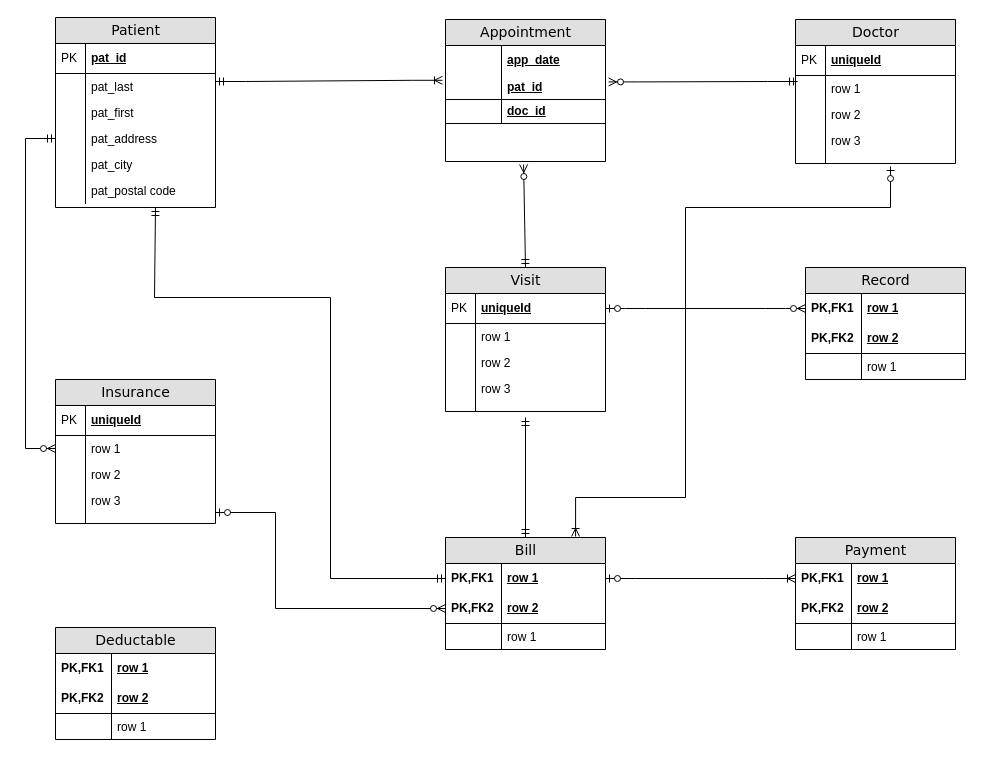
The draw.io diagram Untitled Diagram.drawio in mushyshah/Project-X, before the edit. Source tidied: cells renumbered, new cells numbered last; positions are measured from the earlier drawing's top-left corner, leaving out a move shared by most shapes. Both pictures are drawn from the tidied source at 100%, with x=0, y=0 at pixel (25, 17).
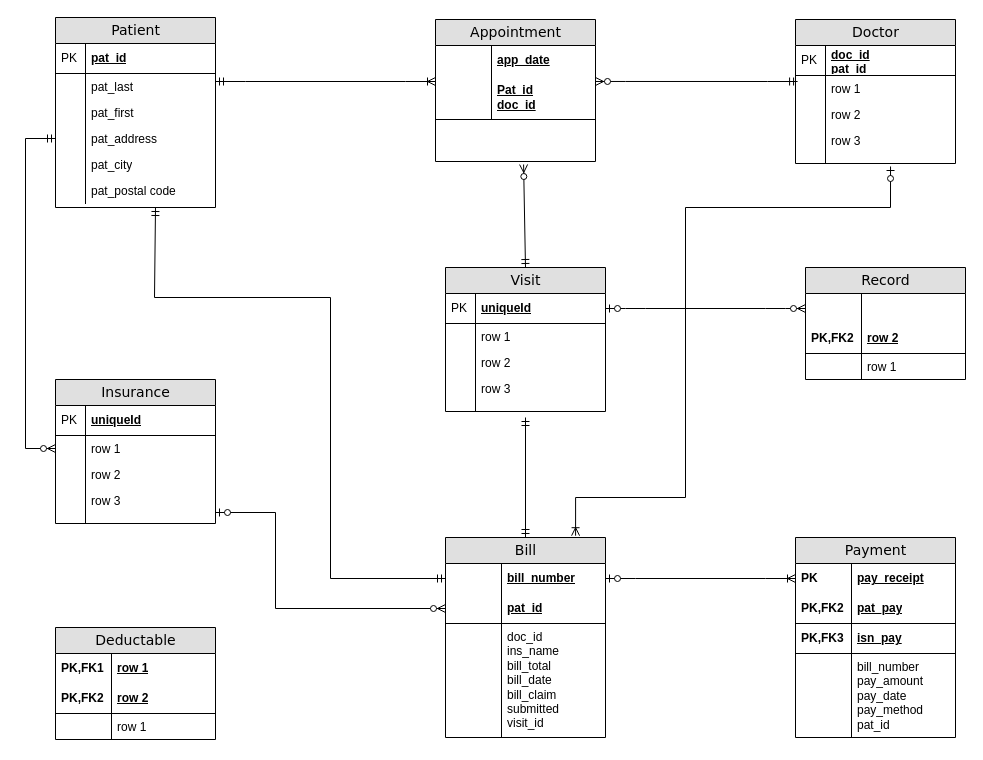
The same diagram, later.

The change refers to these unchanged cells:
```xml
<mxCell id="9" value="Doctor" style="swimlane;html=1;fontStyle=0;horizontal=1;startSize=26;fillColor=#e0e0e0;swimlaneFillColor=#ffffff;align=center;rounded=0;shadow=0;comic=0;labelBackgroundColor=none;strokeWidth=1;fontFamily=Verdana;fontSize=14;swimlaneLine=1;" parent="1" vertex="1">
  <mxGeometry x="770" y="2" width="160" height="144" as="geometry" />
</mxCell>
<mxCell id="12" value="row 1" style="shape=partialRectangle;top=0;left=0;right=0;bottom=0;html=1;align=left;verticalAlign=top;fillColor=none;spacingLeft=34;spacingRight=4;whiteSpace=wrap;overflow=hidden;points=[[0,0.5],[1,0.5]];portConstraint=eastwest;" parent="9" vertex="1">
  <mxGeometry y="56" width="160" height="26" as="geometry" />
</mxCell>
<mxCell id="42" value="Record" style="swimlane;html=1;fontStyle=0;horizontal=1;startSize=26;fillColor=#e0e0e0;swimlaneFillColor=#ffffff;align=center;rounded=0;shadow=0;comic=0;labelBackgroundColor=none;strokeWidth=1;fontFamily=Verdana;fontSize=14;" parent="1" vertex="1">
  <mxGeometry x="780" y="250" width="160" height="112" as="geometry" />
</mxCell>
```

The edit, as a diff of the source:
```diff
@@
     <mxCell id="2" value="Appointment" style="swimlane;html=1;fontStyle=0;horizontal=1;startSize=26;fillColor=#e0e0e0;swimlaneFillColor=#ffffff;align=center;rounded=0;shadow=0;comic=0;labelBackgroundColor=none;strokeWidth=1;fontFamily=Verdana;fontSize=14;" parent="1" vertex="1">
-      <mxGeometry x="420" y="2" width="160" height="142" as="geometry" />
+      <mxGeometry x="410" y="2" width="160" height="142" as="geometry" />
     </mxCell>
@@
-    <mxCell id="5" value="pat_id" style="shape=partialRectangle;top=0;left=0;right=0;bottom=1;html=1;align=left;verticalAlign=middle;fillColor=none;spacingLeft=60;spacingRight=4;whiteSpace=wrap;overflow=hidden;points=[[0,0.5],[1,0.5]];portConstraint=eastwest;fontStyle=5;" parent="2" vertex="1">
-      <mxGeometry y="56" width="160" height="24" as="geometry" />
+    <mxCell id="5" value="Pat_id&lt;br&gt;doc_id" style="shape=partialRectangle;top=0;left=0;right=0;bottom=1;html=1;align=left;verticalAlign=middle;fillColor=none;spacingLeft=60;spacingRight=4;whiteSpace=wrap;overflow=hidden;points=[[0,0.5],[1,0.5]];portConstraint=eastwest;fontStyle=5;" parent="2" vertex="1">
+      <mxGeometry y="56" width="160" height="44" as="geometry" />
     </mxCell>
     <mxCell id="6" style="shape=partialRectangle;fontStyle=1;top=0;left=0;bottom=0;html=1;fillColor=none;align=left;verticalAlign=middle;spacingLeft=4;spacingRight=4;whiteSpace=wrap;overflow=hidden;" parent="5" vertex="1">
-      <mxGeometry width="56" height="24" as="geometry" />
+      <mxGeometry width="56" height="44" as="geometry" />
     </mxCell>
-    <mxCell id="7" value="doc_id" style="shape=partialRectangle;top=0;left=0;right=0;bottom=1;html=1;align=left;verticalAlign=middle;fillColor=none;spacingLeft=60;spacingRight=4;whiteSpace=wrap;overflow=hidden;fontStyle=5;" parent="2" vertex="1">
-      <mxGeometry y="80" width="160" height="24" as="geometry" />
-    </mxCell>
-    <mxCell id="8" style="shape=partialRectangle;fontStyle=1;top=0;left=0;bottom=0;html=1;fillColor=none;align=left;verticalAlign=middle;spacingLeft=4;spacingRight=4;whiteSpace=wrap;overflow=hidden;" parent="7" vertex="1">
-      <mxGeometry width="56" height="24" as="geometry" />
-    </mxCell>
@@
-    <mxCell id="10" value="uniqueId" style="shape=partialRectangle;top=0;left=0;right=0;bottom=1;html=1;align=left;verticalAlign=middle;fillColor=none;spacingLeft=34;spacingRight=4;whiteSpace=wrap;overflow=hidden;fontStyle=5;" parent="9" vertex="1">
+    <mxCell id="10" value="doc_id&lt;br&gt;pat_id&lt;br&gt;" style="shape=partialRectangle;top=0;left=0;right=0;bottom=1;html=1;align=left;verticalAlign=middle;fillColor=none;spacingLeft=34;spacingRight=4;whiteSpace=wrap;overflow=hidden;fontStyle=5;" parent="9" vertex="1">
       <mxGeometry y="26" width="160" height="30" as="geometry" />
     </mxCell>
@@
-    <mxCell id="43" value="row 1" style="shape=partialRectangle;top=0;left=0;right=0;bottom=0;html=1;align=left;verticalAlign=middle;fillColor=none;spacingLeft=60;spacingRight=4;whiteSpace=wrap;overflow=hidden;points=[[0,0.5],[1,0.5]];portConstraint=eastwest;fontStyle=5;" parent="42" vertex="1">
+    <mxCell id="43" style="shape=partialRectangle;top=0;left=0;right=0;bottom=0;html=1;align=left;verticalAlign=middle;fillColor=none;spacingLeft=60;spacingRight=4;whiteSpace=wrap;overflow=hidden;points=[[0,0.5],[1,0.5]];portConstraint=eastwest;fontStyle=5;" parent="42" vertex="1">
       <mxGeometry y="26" width="160" height="30" as="geometry" />
     </mxCell>
-    <mxCell id="44" value="PK,FK1" style="shape=partialRectangle;fontStyle=1;top=0;left=0;bottom=0;html=1;fillColor=none;align=left;verticalAlign=middle;spacingLeft=4;spacingRight=4;whiteSpace=wrap;overflow=hidden;" parent="43" vertex="1">
+    <mxCell id="44" style="shape=partialRectangle;fontStyle=1;top=0;left=0;bottom=0;html=1;fillColor=none;align=left;verticalAlign=middle;spacingLeft=4;spacingRight=4;whiteSpace=wrap;overflow=hidden;" parent="43" vertex="1">
       <mxGeometry width="56" height="30" as="geometry" />
     </mxCell>
@@
     <mxCell id="57" value="Payment" style="swimlane;html=1;fontStyle=0;horizontal=1;startSize=26;fillColor=#e0e0e0;swimlaneFillColor=#ffffff;align=center;rounded=0;shadow=0;comic=0;labelBackgroundColor=none;strokeWidth=1;fontFamily=Verdana;fontSize=14;" parent="1" vertex="1">
-      <mxGeometry x="770" y="520" width="160" height="112" as="geometry" />
+      <mxGeometry x="770" y="520" width="160" height="200" as="geometry" />
     </mxCell>
-    <mxCell id="58" value="row 1" style="shape=partialRectangle;top=0;left=0;right=0;bottom=0;html=1;align=left;verticalAlign=middle;fillColor=none;spacingLeft=60;spacingRight=4;whiteSpace=wrap;overflow=hidden;points=[[0,0.5],[1,0.5]];portConstraint=eastwest;fontStyle=5;" parent="57" vertex="1">
+    <mxCell id="58" value="pay_receipt" style="shape=partialRectangle;top=0;left=0;right=0;bottom=0;html=1;align=left;verticalAlign=middle;fillColor=none;spacingLeft=60;spacingRight=4;whiteSpace=wrap;overflow=hidden;points=[[0,0.5],[1,0.5]];portConstraint=eastwest;fontStyle=5;" parent="57" vertex="1">
       <mxGeometry y="26" width="160" height="30" as="geometry" />
     </mxCell>
-    <mxCell id="59" value="PK,FK1" style="shape=partialRectangle;fontStyle=1;top=0;left=0;bottom=0;html=1;fillColor=none;align=left;verticalAlign=middle;spacingLeft=4;spacingRight=4;whiteSpace=wrap;overflow=hidden;" parent="58" vertex="1">
+    <mxCell id="59" value="PK" style="shape=partialRectangle;fontStyle=1;top=0;left=0;bottom=0;html=1;fillColor=none;align=left;verticalAlign=middle;spacingLeft=4;spacingRight=4;whiteSpace=wrap;overflow=hidden;" parent="58" vertex="1">
       <mxGeometry width="56" height="30" as="geometry" />
     </mxCell>
-    <mxCell id="60" value="row 2" style="shape=partialRectangle;top=0;left=0;right=0;bottom=1;html=1;align=left;verticalAlign=middle;fillColor=none;spacingLeft=60;spacingRight=4;whiteSpace=wrap;overflow=hidden;fontStyle=5;" parent="57" vertex="1">
+    <mxCell id="60" value="pat_pay" style="shape=partialRectangle;top=0;left=0;right=0;bottom=1;html=1;align=left;verticalAlign=middle;fillColor=none;spacingLeft=60;spacingRight=4;whiteSpace=wrap;overflow=hidden;fontStyle=5;" parent="57" vertex="1">
       <mxGeometry y="56" width="160" height="30" as="geometry" />
     </mxCell>
@@
+    <mxCell id="93" value="isn_pay" style="shape=partialRectangle;top=0;left=0;right=0;bottom=1;html=1;align=left;verticalAlign=middle;fillColor=none;spacingLeft=60;spacingRight=4;whiteSpace=wrap;overflow=hidden;fontStyle=5;" parent="57" vertex="1">
+      <mxGeometry y="86" width="160" height="30" as="geometry" />
+    </mxCell>
+    <mxCell id="94" value="PK,FK3" style="shape=partialRectangle;fontStyle=1;top=0;left=0;bottom=0;html=1;fillColor=none;align=left;verticalAlign=middle;spacingLeft=4;spacingRight=4;whiteSpace=wrap;overflow=hidden;" parent="93" vertex="1">
+      <mxGeometry width="56" height="30" as="geometry" />
+    </mxCell>
-    <mxCell id="62" value="row 1" style="shape=partialRectangle;top=0;left=0;right=0;bottom=0;html=1;align=left;verticalAlign=top;fillColor=none;spacingLeft=60;spacingRight=4;whiteSpace=wrap;overflow=hidden;" parent="57" vertex="1">
-      <mxGeometry y="86" width="160" height="26" as="geometry" />
+    <mxCell id="62" value="bill_number&lt;br&gt;pay_amount&lt;br&gt;pay_date&lt;br&gt;pay_method&lt;br&gt;pat_id" style="shape=partialRectangle;top=0;left=0;right=0;bottom=0;html=1;align=left;verticalAlign=top;fillColor=none;spacingLeft=60;spacingRight=4;whiteSpace=wrap;overflow=hidden;" parent="57" vertex="1">
+      <mxGeometry y="116" width="160" height="84" as="geometry" />
     </mxCell>
     <mxCell id="63" style="shape=partialRectangle;top=0;left=0;bottom=0;html=1;fillColor=none;align=left;verticalAlign=top;spacingLeft=4;spacingRight=4;whiteSpace=wrap;overflow=hidden;" parent="62" vertex="1">
-      <mxGeometry width="56" height="26" as="geometry" />
+      <mxGeometry width="56" height="84" as="geometry" />
     </mxCell>
     <mxCell id="64" value="Bill" style="swimlane;html=1;fontStyle=0;horizontal=1;startSize=26;fillColor=#e0e0e0;swimlaneFillColor=#ffffff;align=center;rounded=0;shadow=0;comic=0;labelBackgroundColor=none;strokeWidth=1;fontFamily=Verdana;fontSize=14;" parent="1" vertex="1">
-      <mxGeometry x="420" y="520" width="160" height="112" as="geometry" />
+      <mxGeometry x="420" y="520" width="160" height="200" as="geometry" />
     </mxCell>
-    <mxCell id="65" value="row 1" style="shape=partialRectangle;top=0;left=0;right=0;bottom=0;html=1;align=left;verticalAlign=middle;fillColor=none;spacingLeft=60;spacingRight=4;whiteSpace=wrap;overflow=hidden;points=[[0,0.5],[1,0.5]];portConstraint=eastwest;fontStyle=5;" parent="64" vertex="1">
+    <mxCell id="65" value="bill_number" style="shape=partialRectangle;top=0;left=0;right=0;bottom=0;html=1;align=left;verticalAlign=middle;fillColor=none;spacingLeft=60;spacingRight=4;whiteSpace=wrap;overflow=hidden;points=[[0,0.5],[1,0.5]];portConstraint=eastwest;fontStyle=5;" parent="64" vertex="1">
       <mxGeometry y="26" width="160" height="30" as="geometry" />
     </mxCell>
-    <mxCell id="66" value="PK,FK1" style="shape=partialRectangle;fontStyle=1;top=0;left=0;bottom=0;html=1;fillColor=none;align=left;verticalAlign=middle;spacingLeft=4;spacingRight=4;whiteSpace=wrap;overflow=hidden;" parent="65" vertex="1">
+    <mxCell id="66" style="shape=partialRectangle;fontStyle=1;top=0;left=0;bottom=0;html=1;fillColor=none;align=left;verticalAlign=middle;spacingLeft=4;spacingRight=4;whiteSpace=wrap;overflow=hidden;" parent="65" vertex="1">
       <mxGeometry width="56" height="30" as="geometry" />
     </mxCell>
-    <mxCell id="67" value="row 2" style="shape=partialRectangle;top=0;left=0;right=0;bottom=1;html=1;align=left;verticalAlign=middle;fillColor=none;spacingLeft=60;spacingRight=4;whiteSpace=wrap;overflow=hidden;points=[[0,0.5],[1,0.5]];portConstraint=eastwest;fontStyle=5;" parent="64" vertex="1">
+    <mxCell id="67" value="pat_id" style="shape=partialRectangle;top=0;left=0;right=0;bottom=1;html=1;align=left;verticalAlign=middle;fillColor=none;spacingLeft=60;spacingRight=4;whiteSpace=wrap;overflow=hidden;points=[[0,0.5],[1,0.5]];portConstraint=eastwest;fontStyle=5;" parent="64" vertex="1">
       <mxGeometry y="56" width="160" height="30" as="geometry" />
     </mxCell>
-    <mxCell id="68" value="PK,FK2" style="shape=partialRectangle;fontStyle=1;top=0;left=0;bottom=0;html=1;fillColor=none;align=left;verticalAlign=middle;spacingLeft=4;spacingRight=4;whiteSpace=wrap;overflow=hidden;" parent="67" vertex="1">
+    <mxCell id="68" style="shape=partialRectangle;fontStyle=1;top=0;left=0;bottom=0;html=1;fillColor=none;align=left;verticalAlign=middle;spacingLeft=4;spacingRight=4;whiteSpace=wrap;overflow=hidden;" parent="67" vertex="1">
       <mxGeometry width="56" height="30" as="geometry" />
     </mxCell>
-    <mxCell id="69" value="row 1" style="shape=partialRectangle;top=0;left=0;right=0;bottom=0;html=1;align=left;verticalAlign=top;fillColor=none;spacingLeft=60;spacingRight=4;whiteSpace=wrap;overflow=hidden;" parent="64" vertex="1">
-      <mxGeometry y="86" width="160" height="26" as="geometry" />
+    <mxCell id="69" value="doc_id&lt;br&gt;ins_name&lt;br&gt;bill_total&lt;br&gt;bill_date&lt;br&gt;bill_claim submitted&lt;br&gt;visit_id" style="shape=partialRectangle;top=0;left=0;right=0;bottom=0;html=1;align=left;verticalAlign=top;fillColor=none;spacingLeft=60;spacingRight=4;whiteSpace=wrap;overflow=hidden;" parent="64" vertex="1">
+      <mxGeometry y="86" width="160" height="114" as="geometry" />
     </mxCell>
     <mxCell id="70" style="shape=partialRectangle;top=0;left=0;bottom=0;html=1;fillColor=none;align=left;verticalAlign=top;spacingLeft=4;spacingRight=4;whiteSpace=wrap;overflow=hidden;" parent="69" vertex="1">
-      <mxGeometry width="56" height="26" as="geometry" />
+      <mxGeometry width="56" height="114" as="geometry" />
     </mxCell>
@@
-    <mxCell id="88" style="edgeStyle=entityRelationEdgeStyle;fontSize=12;html=1;endArrow=ERoneToMany;startArrow=ERmandOne;rounded=0;entryX=-0.019;entryY=0.2;entryDx=0;entryDy=0;entryPerimeter=0;" parent="1" edge="1" target="5">
+    <mxCell id="88" style="edgeStyle=entityRelationEdgeStyle;fontSize=12;html=1;endArrow=ERoneToMany;startArrow=ERmandOne;rounded=0;" parent="1" edge="1">
       <mxGeometry relative="1" as="geometry">
         <mxPoint x="190" y="64" as="sourcePoint" />
+        <mxPoint x="410" y="64" as="targetPoint" />
       </mxGeometry>
     </mxCell>
-    <mxCell id="89" style="edgeStyle=entityRelationEdgeStyle;fontSize=12;html=1;endArrow=ERzeroToMany;startArrow=ERmandOne;rounded=0;entryX=1.019;entryY=0.267;entryDx=0;entryDy=0;entryPerimeter=0;exitX=0.013;exitY=0.231;exitDx=0;exitDy=0;exitPerimeter=0;" parent="1" edge="1" source="12" target="5">
+    <mxCell id="89" style="edgeStyle=entityRelationEdgeStyle;fontSize=12;html=1;endArrow=ERzeroToMany;startArrow=ERmandOne;rounded=0;entryX=1;entryY=0.136;entryDx=0;entryDy=0;entryPerimeter=0;exitX=0.013;exitY=0.231;exitDx=0;exitDy=0;exitPerimeter=0;" parent="1" edge="1" source="12" target="5">
       <mxGeometry relative="1" as="geometry" />
     </mxCell>
```
